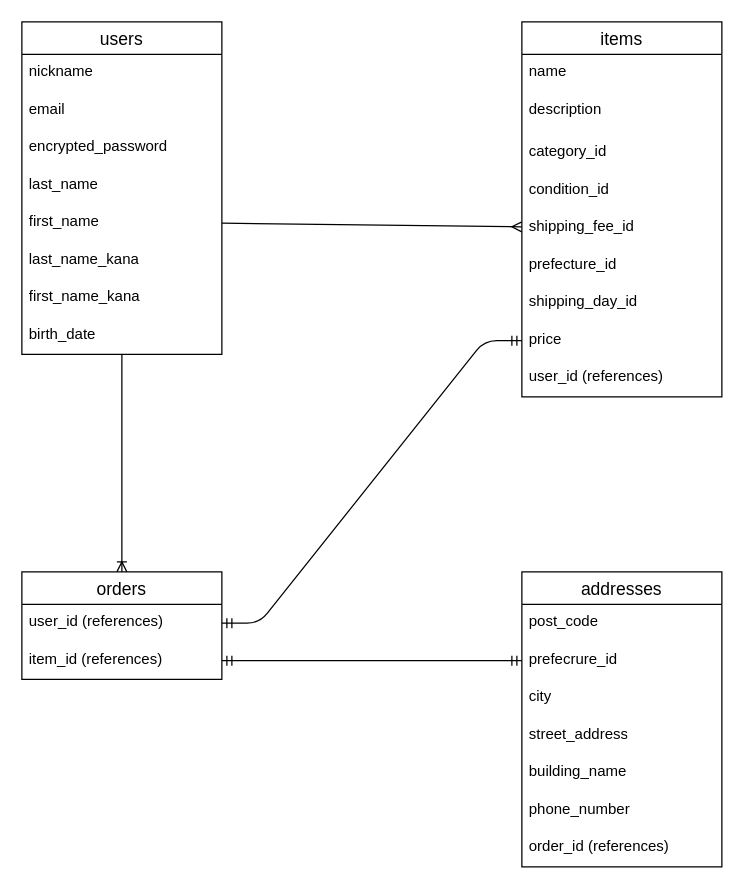
itsu125/furima-46544 keeps this draw.io diagram as .dio. Above is the earlier version. Source tidied: cells renumbered, new cells numbered last; positions are measured from the earlier drawing's top-left corner, leaving out a move shared by most shapes. Both pictures are drawn from the tidied source at 125%, with x=0, y=0 at pixel (21, 21).
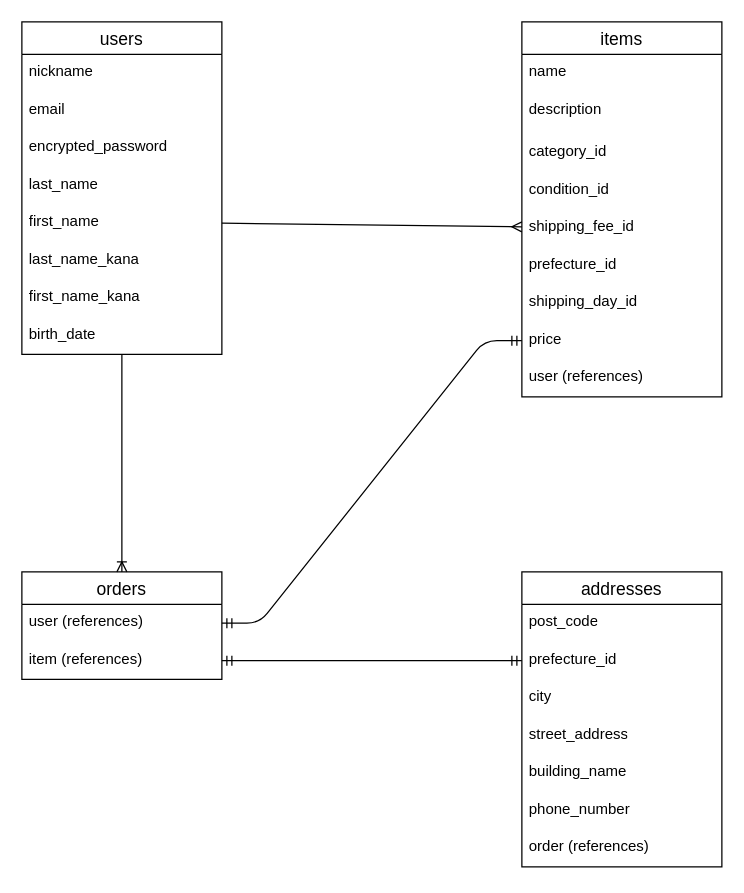
The same page after the edit.

Commit message (it also covers changes not shown here):
ER図・READMEの修正

The change refers to these unchanged cells:
```xml
<mxCell id="11" value="items" style="swimlane;fontStyle=0;horizontal=1;startSize=26;align=center;fontSize=14;" parent="1" vertex="1">
  <mxGeometry x="400" width="160" height="300" as="geometry" />
</mxCell>
<mxCell id="21" value="orders" style="swimlane;fontStyle=0;horizontal=1;startSize=26;align=center;fontSize=14;" parent="1" vertex="1">
  <mxGeometry y="440" width="160" height="86" as="geometry" />
</mxCell>
<mxCell id="24" value="addresses" style="swimlane;fontStyle=0;horizontal=1;startSize=26;align=center;fontSize=14;" parent="1" vertex="1">
  <mxGeometry x="400" y="440" width="160" height="236" as="geometry" />
</mxCell>
```

Diff of the diagram source:
```diff
@@
-    <mxCell id="20" value="user_id (references)" style="text;strokeColor=none;fillColor=none;spacingLeft=4;spacingRight=4;overflow=hidden;fontSize=12;whiteSpace=wrap;html=1;" parent="11" vertex="1">
+    <mxCell id="20" value="user (references)" style="text;strokeColor=none;fillColor=none;spacingLeft=4;spacingRight=4;overflow=hidden;fontSize=12;whiteSpace=wrap;html=1;" parent="11" vertex="1">
       <mxGeometry y="270" width="160" height="30" as="geometry" />
     </mxCell>
@@
-    <mxCell id="22" value="user_id (references)" style="text;strokeColor=none;fillColor=none;spacingLeft=4;spacingRight=4;overflow=hidden;points=[[0,0.5],[1,0.5]];portConstraint=eastwest;fontSize=12;whiteSpace=wrap;html=1;" parent="21" vertex="1">
+    <mxCell id="22" value="user (references)" style="text;strokeColor=none;fillColor=none;spacingLeft=4;spacingRight=4;overflow=hidden;points=[[0,0.5],[1,0.5]];portConstraint=eastwest;fontSize=12;whiteSpace=wrap;html=1;" parent="21" vertex="1">
       <mxGeometry y="26" width="160" height="30" as="geometry" />
     </mxCell>
-    <mxCell id="23" value="item_id&amp;nbsp;&lt;span style=&quot;color: rgb(0, 0, 0);&quot;&gt;(references)&lt;/span&gt;" style="text;strokeColor=none;fillColor=none;spacingLeft=4;spacingRight=4;overflow=hidden;points=[[0,0.5],[1,0.5]];portConstraint=eastwest;fontSize=12;whiteSpace=wrap;html=1;" parent="21" vertex="1">
+    <mxCell id="23" value="item&amp;nbsp;&lt;span style=&quot;color: rgb(0, 0, 0);&quot;&gt;(references)&lt;/span&gt;" style="text;strokeColor=none;fillColor=none;spacingLeft=4;spacingRight=4;overflow=hidden;points=[[0,0.5],[1,0.5]];portConstraint=eastwest;fontSize=12;whiteSpace=wrap;html=1;" parent="21" vertex="1">
       <mxGeometry y="56" width="160" height="30" as="geometry" />
     </mxCell>
@@
-    <mxCell id="26" value="prefecrure_id" style="text;strokeColor=none;fillColor=none;spacingLeft=4;spacingRight=4;overflow=hidden;points=[[0,0.5],[1,0.5]];portConstraint=eastwest;fontSize=12;whiteSpace=wrap;html=1;" parent="24" vertex="1">
+    <mxCell id="26" value="prefecture_id" style="text;strokeColor=none;fillColor=none;spacingLeft=4;spacingRight=4;overflow=hidden;points=[[0,0.5],[1,0.5]];portConstraint=eastwest;fontSize=12;whiteSpace=wrap;html=1;" parent="24" vertex="1">
       <mxGeometry y="56" width="160" height="30" as="geometry" />
     </mxCell>
@@
-    <mxCell id="31" value="order_id (references)" style="text;strokeColor=none;fillColor=none;spacingLeft=4;spacingRight=4;overflow=hidden;fontSize=12;whiteSpace=wrap;html=1;" parent="24" vertex="1">
+    <mxCell id="31" value="order (references)" style="text;strokeColor=none;fillColor=none;spacingLeft=4;spacingRight=4;overflow=hidden;fontSize=12;whiteSpace=wrap;html=1;" parent="24" vertex="1">
       <mxGeometry y="206" width="160" height="30" as="geometry" />
     </mxCell>
```
